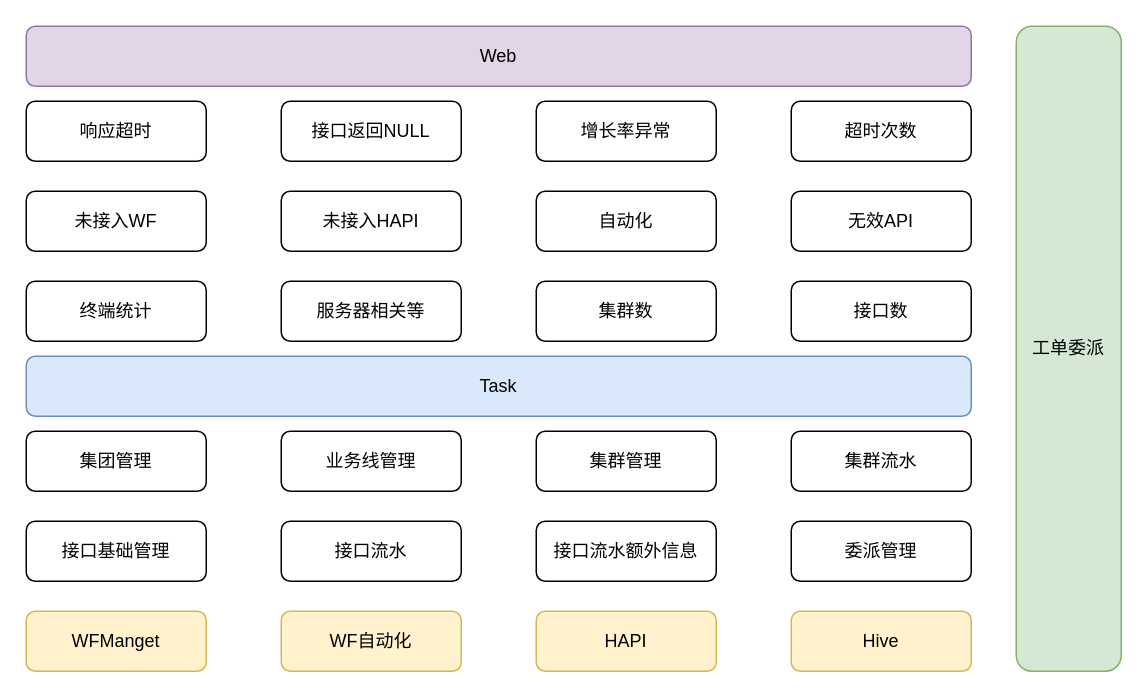
Above: 未命名绘图.drawio in hhls/b-plus-tree (draw.io), before the change. Source tidied: cells renumbered, new cells numbered last; positions are measured from the earlier drawing's top-left corner, leaving out a move shared by most shapes. Both pictures are drawn from the tidied source at 150%, with x=0, y=0 at pixel (26, 26).
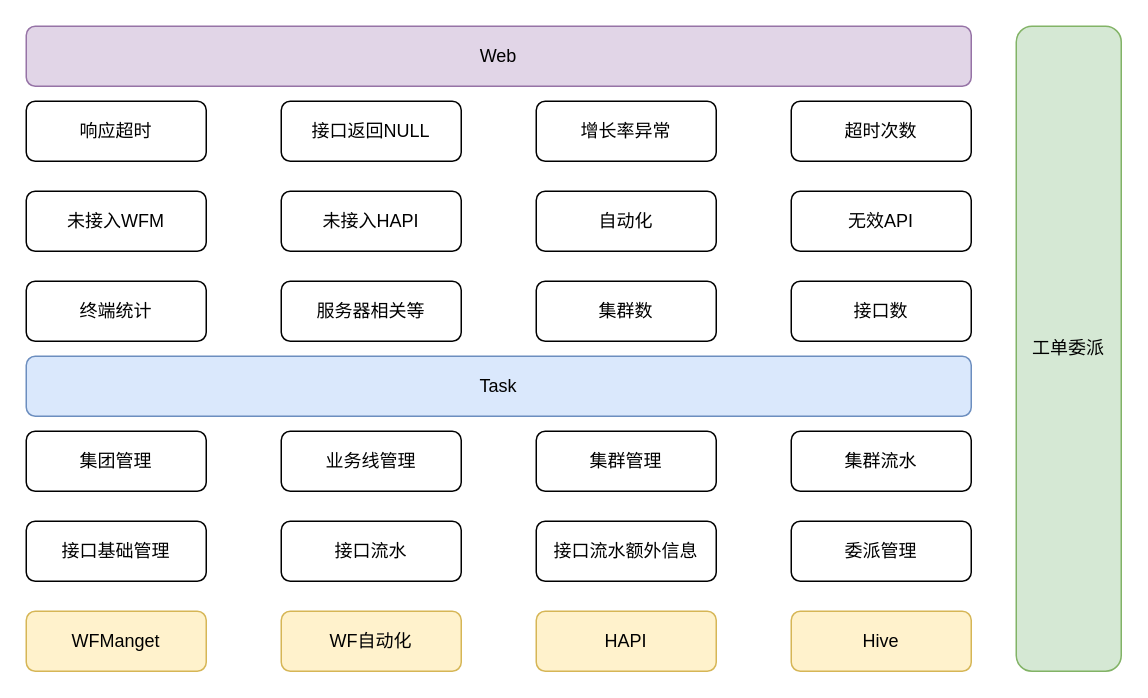
The same diagram, later.

Commit message:
更新未命名绘图.drawio

Diff of the diagram source:
```diff
@@
-    <mxCell id="15" value="未接入WF" style="rounded=1;whiteSpace=wrap;html=1;" parent="1" vertex="1">
+    <mxCell id="15" value="未接入WFM" style="rounded=1;whiteSpace=wrap;html=1;" parent="1" vertex="1">
       <mxGeometry y="110" width="120" height="40" as="geometry" />
     </mxCell>
```
